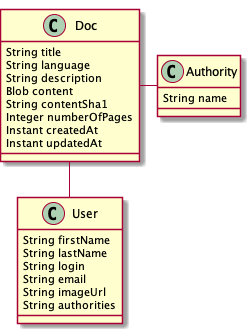
Before: docpreview.png, a diagram exported from PlantUML (contribution-jhipster-uga/sample-jhipster-docpreview). Its diagram source:
```plantuml
@startuml
	!pragma graphviz_dot jdot
	!pragma syntax class
	class Doc  {
		String title
		String language
		String description
		Blob content
		String contentSha1
		Integer numberOfPages
		Instant createdAt
		Instant updatedAt
	}
	class Authority  {
		String name
	}
	class User  {
		String firstName
		String lastName
		String login
		String email
		String imageUrl
		String authorities
	}
@enduml
```
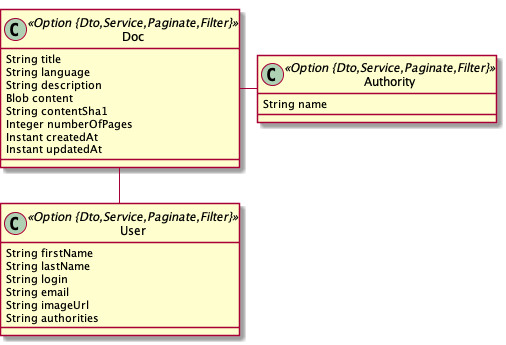
After the change.

Change to the diagram source:
```diff
@@ -1,7 +1,7 @@
 @startuml
 	!pragma graphviz_dot jdot
 	!pragma syntax class
-	class Doc  {
+	class Doc <<Option {Dto,Service,Paginate,Filter}>> {
 		String title
 		String language
 		String description
@@ -11,10 +11,10 @@
 		Instant createdAt
 		Instant updatedAt
 	}
-	class Authority  {
+	class Authority <<Option {Dto,Service,Paginate,Filter}>> {
 		String name
 	}
-	class User  {
+	class User <<Option {Dto,Service,Paginate,Filter}>> {
 		String firstName
 		String lastName
 		String login
```
